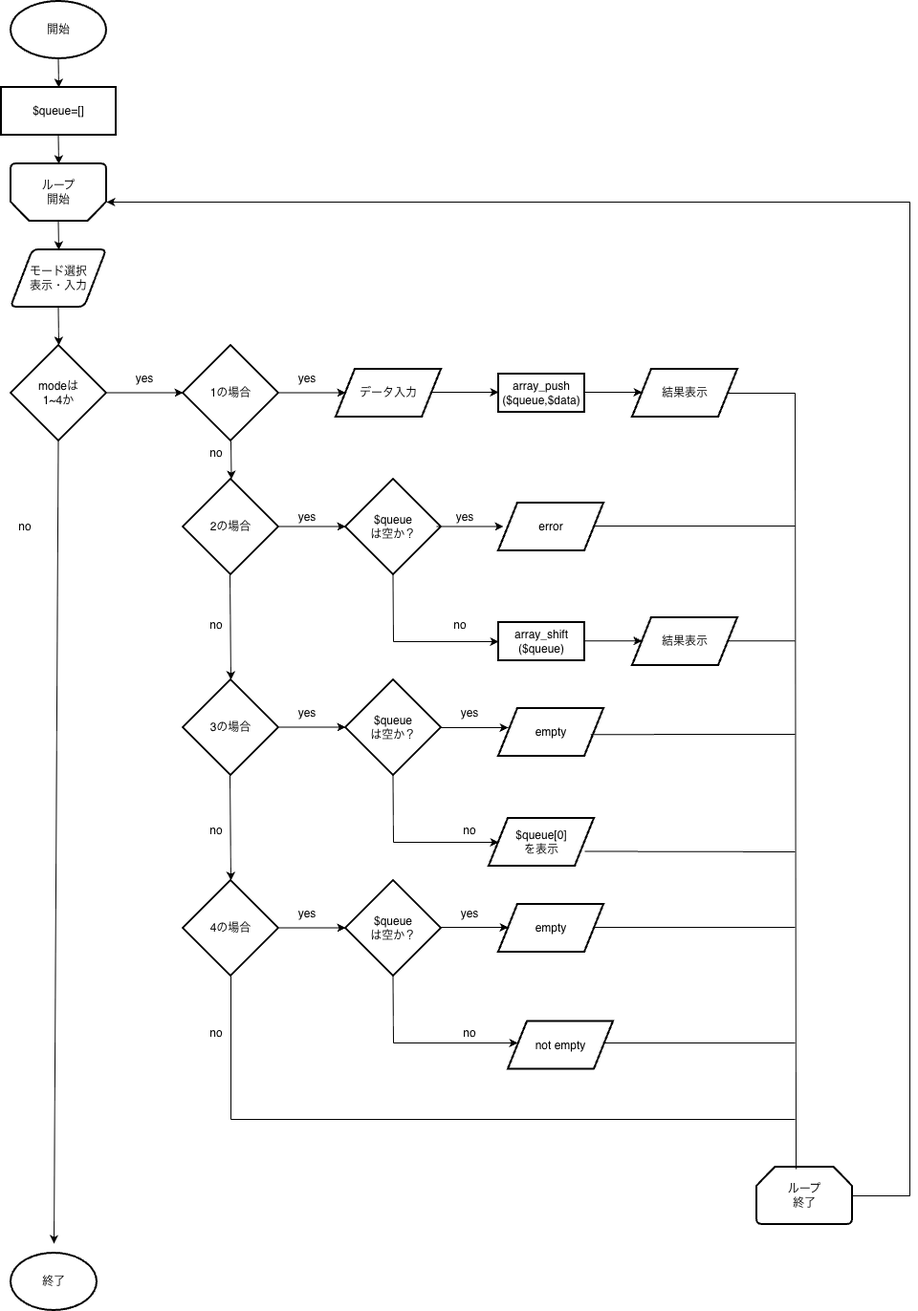
This is 5-7/lesson03.png from namp7119/php-kiso, a draw.io export, as it was before one commit. Source tidied: cells renumbered, new cells last; positions are measured from the earlier drawing's top-left corner, leaving out a move shared by most shapes.
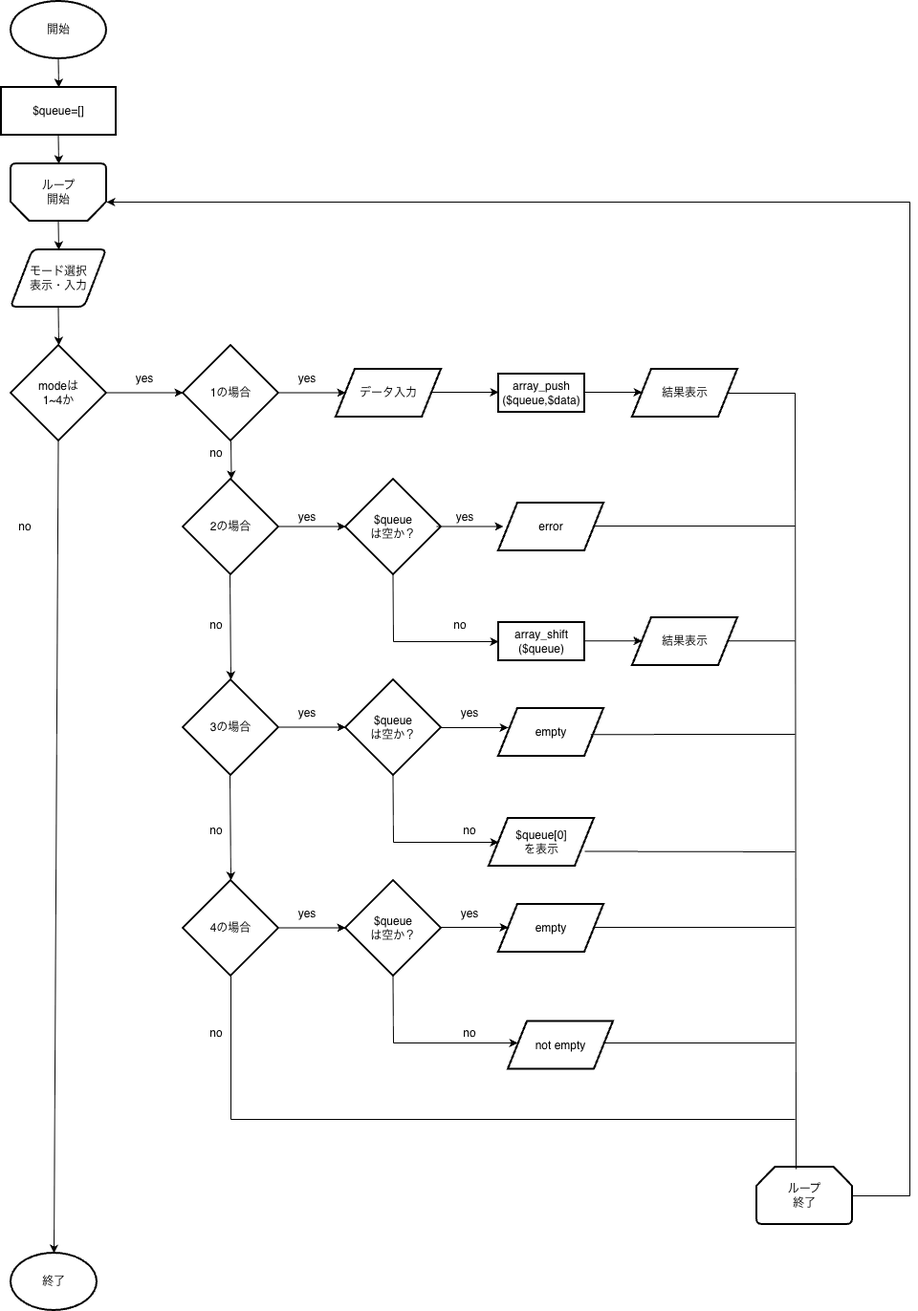
The same diagram one commit later.

What changed in the source:
```diff
@@ -110,10 +110,9 @@
     <mxCell id="23" value="終了" style="strokeWidth=2;html=1;shape=mxgraph.flowchart.start_1;whiteSpace=wrap;" parent="1" vertex="1">
       <mxGeometry x="10" y="1310" width="90" height="60" as="geometry" />
     </mxCell>
-    <mxCell id="24" style="endArrow=classic;html=1;rounded=0;" parent="1" edge="1">
+    <mxCell id="24" style="endArrow=classic;html=1;rounded=0;entryX=0.5;entryY=0;entryDx=0;entryDy=0;entryPerimeter=0;" parent="1" edge="1" target="23">
       <mxGeometry relative="1" as="geometry">
         <mxPoint x="59.5" y="460" as="sourcePoint" />
-        <mxPoint x="55" y="1300" as="targetPoint" />
         <Array as="points">
           <mxPoint x="59.5" y="460" />
         </Array>
```
